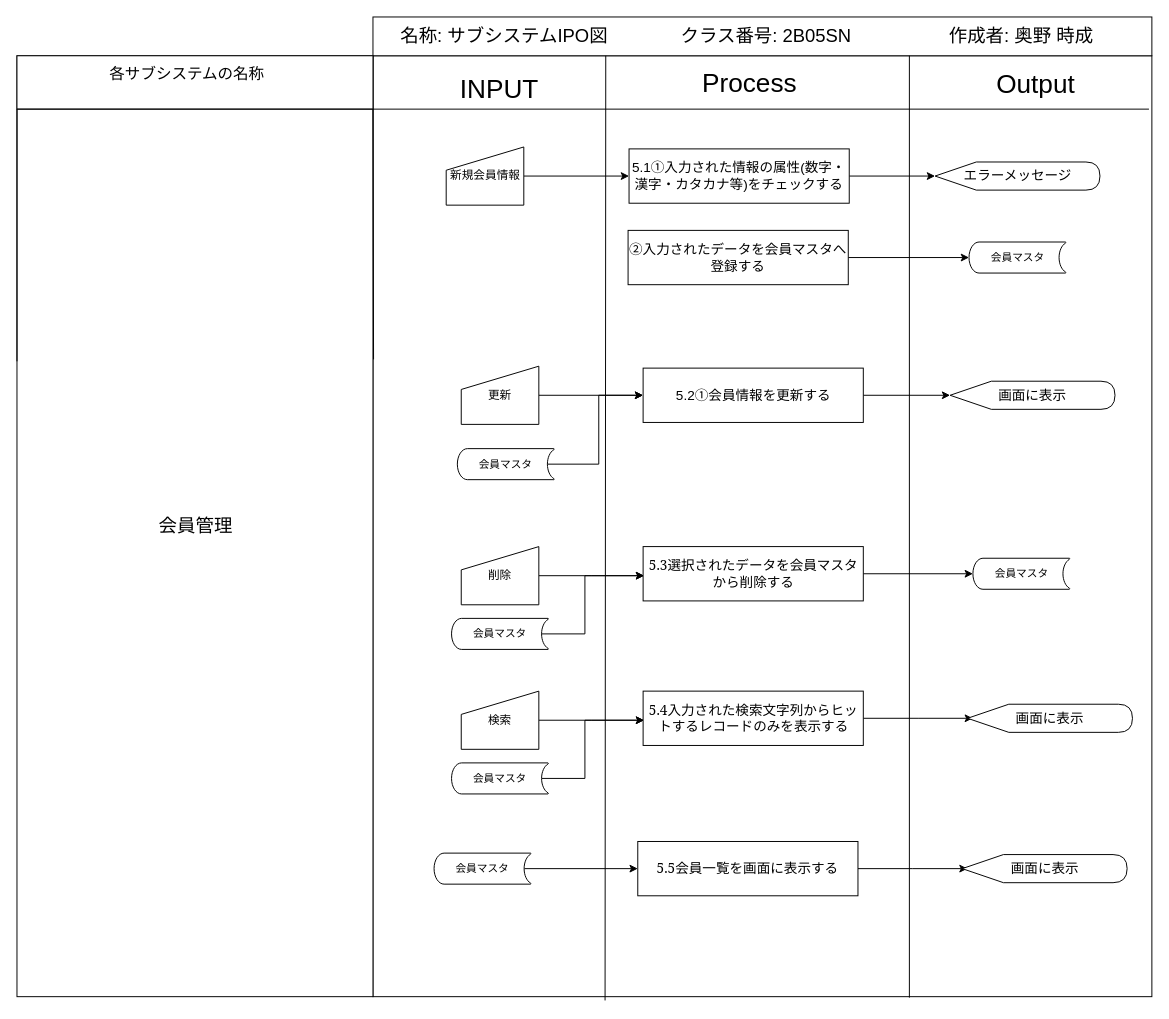
Before: page "社員管理" (3 of 9) of 提出ドキュメント/サブシステムIPO図.drawio in Yamanin3/system-devel, a draw.io diagram. Source tidied: cells renumbered, new cells numbered last; positions are measured from the earlier drawing's top-left corner, leaving out a move shared by most shapes. Both pictures are drawn from the tidied source at 97%, with x=0, y=0 at pixel (16, 16).
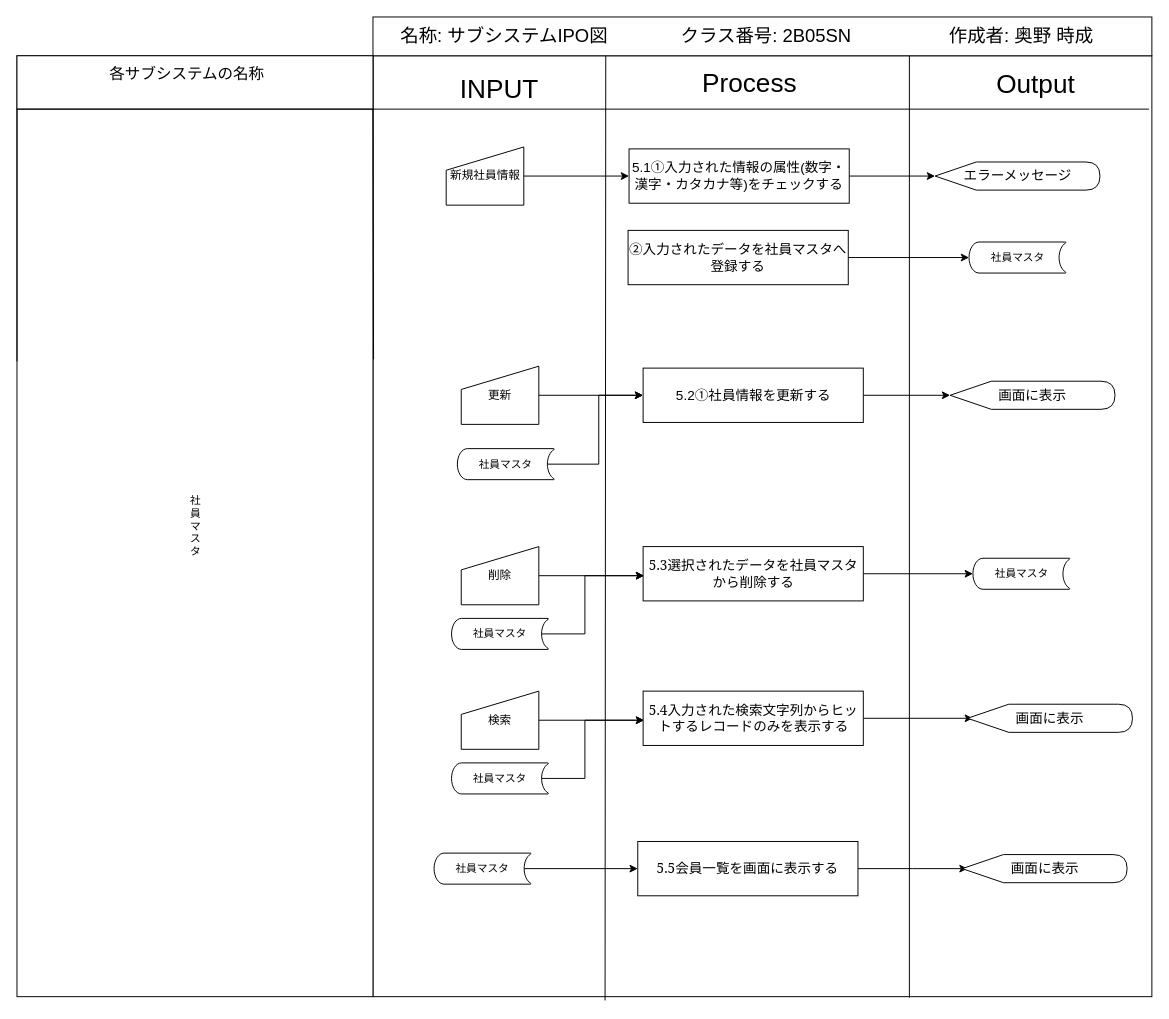
Above is the later version.

The edit, as a diff of the source:
```diff
@@
-    <mxCell id="16" value="&lt;font style=&quot;font-size: 19px&quot;&gt;会員管理&lt;/font&gt;" style="text;html=1;align=center;verticalAlign=middle;fillColor=none;strokeColor=none;rounded=0;fontSize=6;" parent="1" vertex="1">
-      <mxGeometry x="138.5" y="515" width="90" height="20" as="geometry" />
+    <mxCell id="16" value="&lt;span style=&quot;font-size: 11px ; white-space: normal&quot;&gt;社員マスタ&lt;/span&gt;" style="text;html=1;align=center;verticalAlign=middle;fillColor=none;strokeColor=none;rounded=0;fontSize=6;" parent="1" vertex="1">
+      <mxGeometry x="148.5" y="520" width="70" height="10" as="geometry" />
     </mxCell>
@@
-    <mxCell id="24" value="&lt;p class=&quot;MsoNormal&quot; align=&quot;center&quot; style=&quot;font-size: 14px&quot;&gt;&lt;span lang=&quot;EN-US&quot;&gt;5.2&lt;/span&gt;&lt;span style=&quot;font-family: &amp;#34;ｍｓ 明朝&amp;#34; , &amp;#34;serif&amp;#34;&quot;&gt;①会員情報を更新する&lt;/span&gt;&lt;span lang=&quot;EN-US&quot;&gt;&lt;/span&gt;&lt;/p&gt;" style="whiteSpace=wrap;html=1;align=center;strokeWidth=1;fontSize=6;" parent="1" vertex="1">
+    <mxCell id="24" value="&lt;p class=&quot;MsoNormal&quot; align=&quot;center&quot; style=&quot;font-size: 14px&quot;&gt;&lt;span lang=&quot;EN-US&quot;&gt;5.2&lt;/span&gt;&lt;span style=&quot;font-family: &amp;#34;ｍｓ 明朝&amp;#34; , &amp;#34;serif&amp;#34;&quot;&gt;①社員情報を更新する&lt;/span&gt;&lt;span lang=&quot;EN-US&quot;&gt;&lt;/span&gt;&lt;/p&gt;" style="whiteSpace=wrap;html=1;align=center;strokeWidth=1;fontSize=6;" parent="1" vertex="1">
       <mxGeometry x="645.5" y="362" width="227" height="56" as="geometry" />
     </mxCell>
@@
-    <mxCell id="26" value="&lt;font style=&quot;font-size: 11px&quot;&gt;会員マスタ&lt;/font&gt;" style="strokeWidth=1;html=1;shape=mxgraph.flowchart.stored_data;whiteSpace=wrap;fontSize=6;align=center;" parent="1" vertex="1">
+    <mxCell id="26" value="&lt;font style=&quot;font-size: 11px&quot;&gt;社員マスタ&lt;/font&gt;" style="strokeWidth=1;html=1;shape=mxgraph.flowchart.stored_data;whiteSpace=wrap;fontSize=6;align=center;" parent="1" vertex="1">
       <mxGeometry x="454" y="445" width="100" height="32" as="geometry" />
     </mxCell>
@@
-    <mxCell id="31" value="&lt;font style=&quot;font-size: 11px&quot;&gt;会員マスタ&lt;/font&gt;" style="strokeWidth=1;html=1;shape=mxgraph.flowchart.stored_data;whiteSpace=wrap;fontSize=6;align=center;" parent="1" vertex="1">
+    <mxCell id="31" value="&lt;font style=&quot;font-size: 11px&quot;&gt;社員マスタ&lt;/font&gt;" style="strokeWidth=1;html=1;shape=mxgraph.flowchart.stored_data;whiteSpace=wrap;fontSize=6;align=center;" parent="1" vertex="1">
       <mxGeometry x="448" y="620" width="100" height="32" as="geometry" />
     </mxCell>
@@
-    <mxCell id="33" value="&lt;p class=&quot;MsoNormal&quot; align=&quot;center&quot;&gt;&lt;span style=&quot;font-family: &amp;#34;ｍｓ 明朝&amp;#34; , &amp;#34;serif&amp;#34;&quot;&gt;&lt;font style=&quot;font-size: 14px&quot;&gt;5.3選択されたデータを会員マスタから削除する&lt;/font&gt;&lt;/span&gt;&lt;span lang=&quot;EN-US&quot;&gt;&lt;/span&gt;&lt;/p&gt;" style="whiteSpace=wrap;html=1;align=center;strokeWidth=1;fontSize=6;" parent="1" vertex="1">
+    <mxCell id="33" value="&lt;p class=&quot;MsoNormal&quot; align=&quot;center&quot;&gt;&lt;span style=&quot;font-family: &amp;#34;ｍｓ 明朝&amp;#34; , &amp;#34;serif&amp;#34;&quot;&gt;&lt;font style=&quot;font-size: 14px&quot;&gt;5.3選択されたデータを社員マスタから削除する&lt;/font&gt;&lt;/span&gt;&lt;span lang=&quot;EN-US&quot;&gt;&lt;/span&gt;&lt;/p&gt;" style="whiteSpace=wrap;html=1;align=center;strokeWidth=1;fontSize=6;" parent="1" vertex="1">
       <mxGeometry x="645.5" y="546" width="227" height="56" as="geometry" />
     </mxCell>
-    <mxCell id="34" value="&lt;font style=&quot;font-size: 11px&quot;&gt;会員マスタ&lt;/font&gt;" style="strokeWidth=1;html=1;shape=mxgraph.flowchart.stored_data;whiteSpace=wrap;fontSize=6;align=center;" parent="1" vertex="1">
+    <mxCell id="34" value="&lt;span style=&quot;font-size: 11px&quot;&gt;社員マスタ&lt;/span&gt;" style="strokeWidth=1;html=1;shape=mxgraph.flowchart.stored_data;whiteSpace=wrap;fontSize=6;align=center;" parent="1" vertex="1">
       <mxGeometry x="985.5" y="558" width="100" height="32" as="geometry" />
     </mxCell>
@@
-    <mxCell id="38" value="&lt;font style=&quot;font-size: 11px&quot;&gt;会員マスタ&lt;/font&gt;" style="strokeWidth=1;html=1;shape=mxgraph.flowchart.stored_data;whiteSpace=wrap;fontSize=6;align=center;" parent="1" vertex="1">
+    <mxCell id="38" value="&lt;span style=&quot;font-size: 11px&quot;&gt;社員マスタ&lt;/span&gt;" style="strokeWidth=1;html=1;shape=mxgraph.flowchart.stored_data;whiteSpace=wrap;fontSize=6;align=center;" parent="1" vertex="1">
       <mxGeometry x="448" y="769" width="100" height="32" as="geometry" />
     </mxCell>
@@
-    <mxCell id="46" value="&lt;font style=&quot;font-size: 11px&quot;&gt;会員マスタ&lt;/font&gt;" style="strokeWidth=1;html=1;shape=mxgraph.flowchart.stored_data;whiteSpace=wrap;fontSize=6;align=center;" parent="1" vertex="1">
+    <mxCell id="46" value="&lt;span style=&quot;font-size: 11px&quot;&gt;社員マスタ&lt;/span&gt;" style="strokeWidth=1;html=1;shape=mxgraph.flowchart.stored_data;whiteSpace=wrap;fontSize=6;align=center;" parent="1" vertex="1">
       <mxGeometry x="430" y="862" width="100" height="32" as="geometry" />
     </mxCell>
@@
-    <mxCell id="49" value="&lt;font style=&quot;font-size: 12px&quot;&gt;新規会員情報&lt;/font&gt;" style="shape=manualInput;whiteSpace=wrap;html=1;strokeWidth=1;fontSize=6;align=center;size=24;" parent="1" vertex="1">
+    <mxCell id="49" value="&lt;font style=&quot;font-size: 12px&quot;&gt;新規社員情報&lt;/font&gt;" style="shape=manualInput;whiteSpace=wrap;html=1;strokeWidth=1;fontSize=6;align=center;size=24;" parent="1" vertex="1">
       <mxGeometry x="442.5" y="134" width="80" height="60" as="geometry" />
     </mxCell>
@@
-    <mxCell id="53" value="&lt;p class=&quot;MsoNormal&quot; align=&quot;center&quot;&gt;&lt;span style=&quot;font-family: &amp;#34;ｍｓ 明朝&amp;#34; , &amp;#34;serif&amp;#34;&quot;&gt;&lt;font style=&quot;font-size: 14px&quot;&gt;②入力されたデータを会員マスタへ登録する&lt;/font&gt;&lt;/span&gt;&lt;span lang=&quot;EN-US&quot;&gt;&lt;/span&gt;&lt;/p&gt;" style="whiteSpace=wrap;html=1;align=center;strokeWidth=1;fontSize=6;" parent="1" vertex="1">
+    <mxCell id="53" value="&lt;p class=&quot;MsoNormal&quot; align=&quot;center&quot;&gt;&lt;span style=&quot;font-family: &amp;#34;ｍｓ 明朝&amp;#34; , &amp;#34;serif&amp;#34;&quot;&gt;&lt;font style=&quot;font-size: 14px&quot;&gt;②入力されたデータを社員マスタへ登録する&lt;/font&gt;&lt;/span&gt;&lt;span lang=&quot;EN-US&quot;&gt;&lt;/span&gt;&lt;/p&gt;" style="whiteSpace=wrap;html=1;align=center;strokeWidth=1;fontSize=6;" parent="1" vertex="1">
       <mxGeometry x="630" y="220" width="227" height="56" as="geometry" />
     </mxCell>
-    <mxCell id="54" value="&lt;font style=&quot;font-size: 11px&quot;&gt;会員マスタ&lt;/font&gt;" style="strokeWidth=1;html=1;shape=mxgraph.flowchart.stored_data;whiteSpace=wrap;fontSize=6;align=center;" parent="1" vertex="1">
+    <mxCell id="54" value="&lt;span style=&quot;font-size: 11px&quot;&gt;社員マスタ&lt;/span&gt;" style="strokeWidth=1;html=1;shape=mxgraph.flowchart.stored_data;whiteSpace=wrap;fontSize=6;align=center;" parent="1" vertex="1">
       <mxGeometry x="981.5" y="232" width="100" height="32" as="geometry" />
     </mxCell>
```
